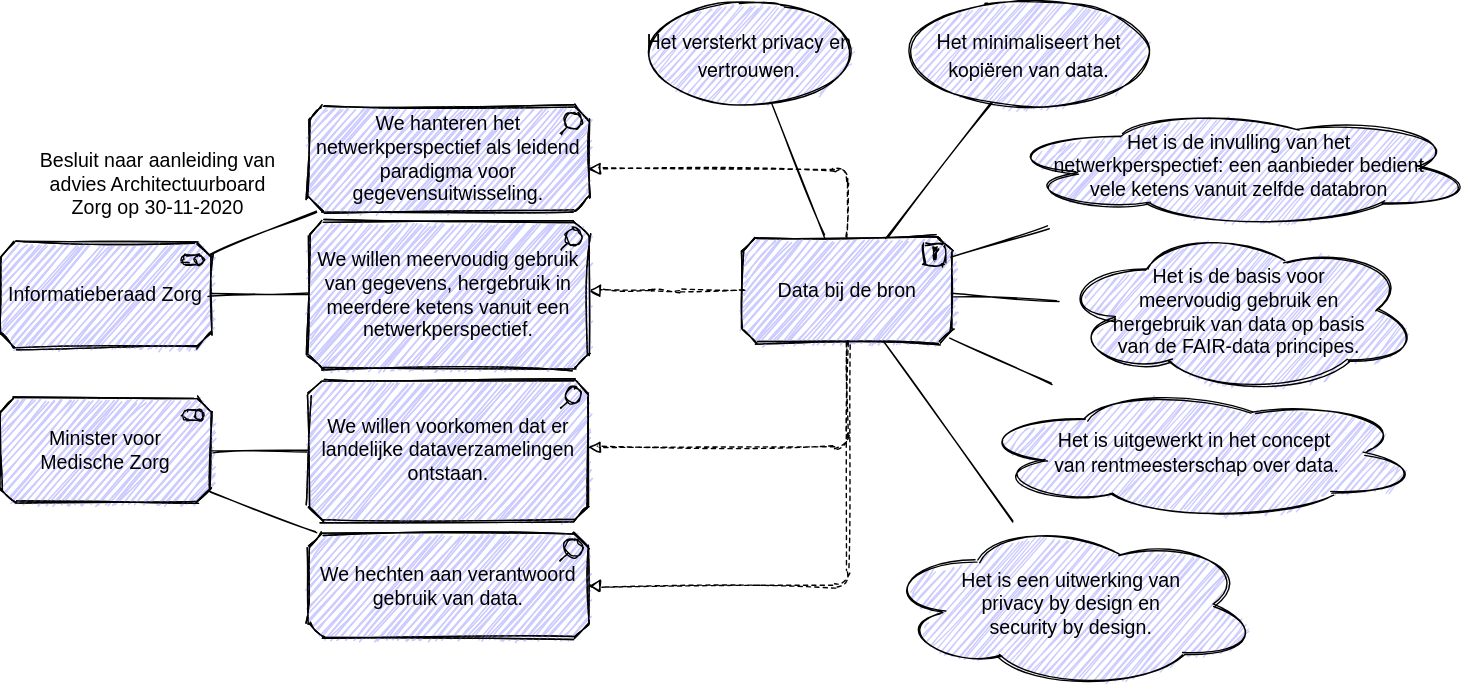
Above: .gitbook/assets/motivation/federateddata.svg in dizra/docs (draw.io), before the change. Source tidied: cells renumbered, new cells last; positions are measured from the earlier drawing's top-left corner, leaving out a move shared by most shapes.
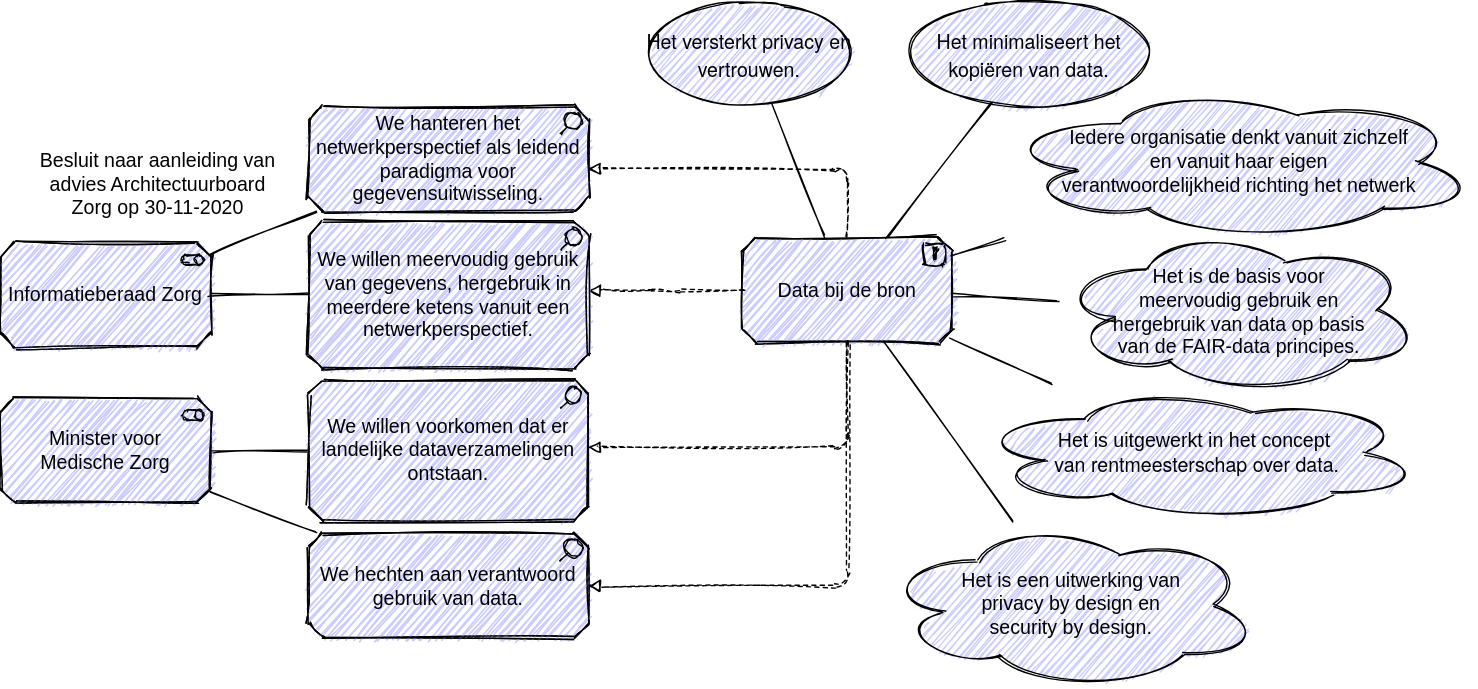
Above is the later version.

The edit, as a diff of the source:
```diff
@@ -76,8 +76,8 @@
     <mxCell id="23" style="endArrow=none;html=1;fontSize=14;sketch=1;" parent="1" edge="1" source="2" target="22">
       <mxGeometry relative="1" as="geometry" />
     </mxCell>
-    <mxCell id="24" value="Het is de invulling van het netwerkperspectief: een aanbieder bedient&lt;br style=&quot;font-size: 14px;&quot;&gt;vele ketens vanuit zelfde databron" style="shape=cloud;html=1;whiteSpace=wrap;fillColor=#CCCCFF;spacingLeft=30;spacingRight=30;fontSize=14;sketch=1;" parent="1" vertex="1">
-      <mxGeometry x="715" y="75" width="340" height="86.5" as="geometry" />
+    <mxCell id="24" value="Iedere organisatie denkt vanuit zichzelf &lt;br&gt;en vanuit haar eigen &lt;br&gt;verantwoordelijkheid richting het netwerk" style="shape=cloud;html=1;whiteSpace=wrap;fillColor=#CCCCFF;spacingLeft=30;spacingRight=30;fontSize=14;sketch=1;" parent="1" vertex="1">
+      <mxGeometry x="715" y="60" width="340" height="110" as="geometry" />
     </mxCell>
     <mxCell id="25" style="endArrow=none;html=1;sketch=1;" parent="1" edge="1" source="24" target="2">
       <mxGeometry relative="1" as="geometry" />
```
